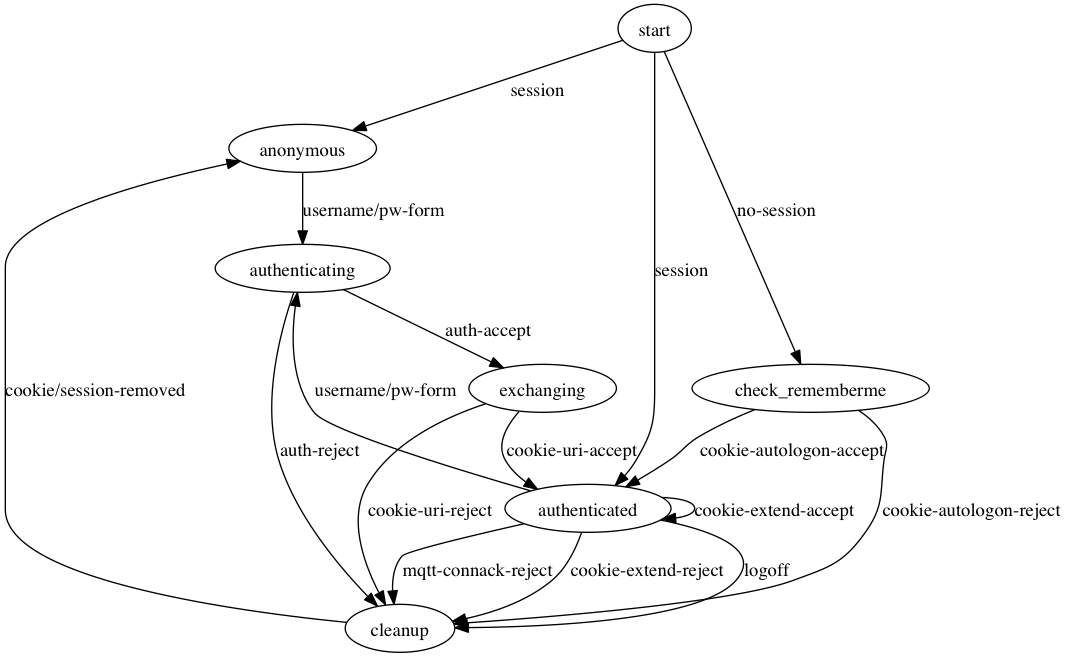
Earlier version of the Graphviz export apps/zotonic_mod_authentication/docs/auth-worker-state.png (zotonic/zotonic). Its source is kept beside it as apps/zotonic_mod_authentication/docs/auth-worker-state.dot.
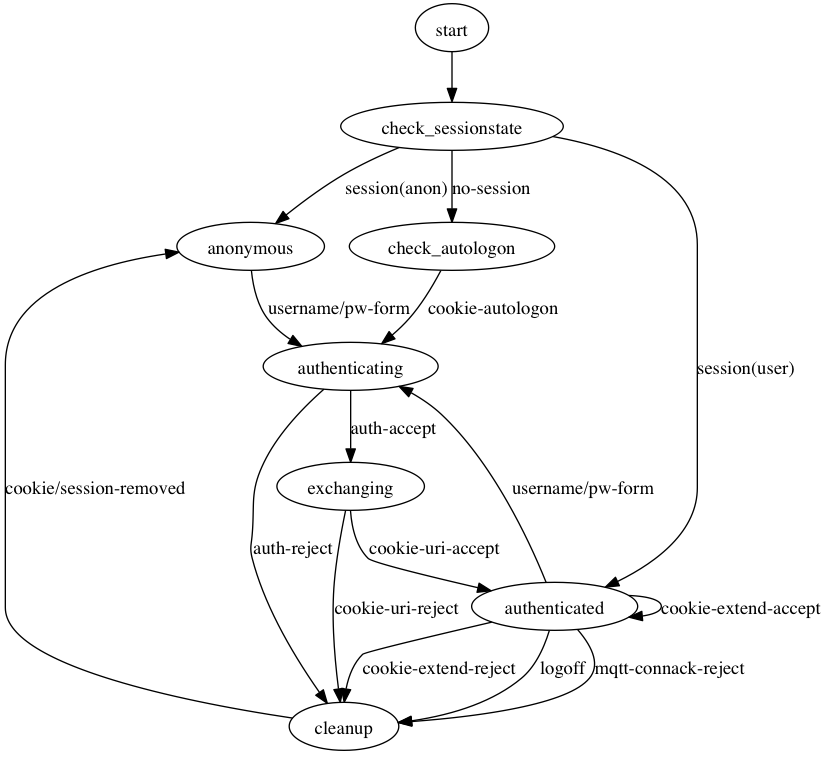
The same diagram one commit later.

Commit message:
WIP: add auth worker and dispatch for service worker.

Change to the diagram source:
```diff
@@ -1,11 +1,11 @@
 digraph auth_worker {
-    start -> anonymous [label="session"];
-    start -> authenticated [label="session"];
+    start -> check_sessionstate;
 
-    start -> check_rememberme [label="no-session"];
+    check_sessionstate -> anonymous [label="session(anon)"];
+    check_sessionstate -> authenticated [label="session(user)"];
+    check_sessionstate -> check_autologon [label="no-session"];
 
-    check_rememberme -> authenticated [label="cookie-autologon-accept"];
-    check_rememberme -> cleanup [label="cookie-autologon-reject"];
+    check_autologon -> authenticating [label="cookie-autologon"];
 
     anonymous -> authenticating [label="username/pw-form"];
 
```
